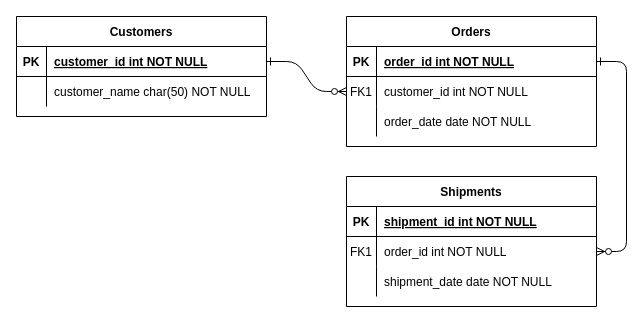
Above: DB Structure.drawio in Chaeyounglim/myBlog (draw.io), before the change. Source tidied: cells renumbered, new cells numbered last; positions are measured from the earlier drawing's top-left corner, leaving out a move shared by most shapes. Both pictures are drawn from the tidied source at 100%, with x=0, y=0 at pixel (16, 16).
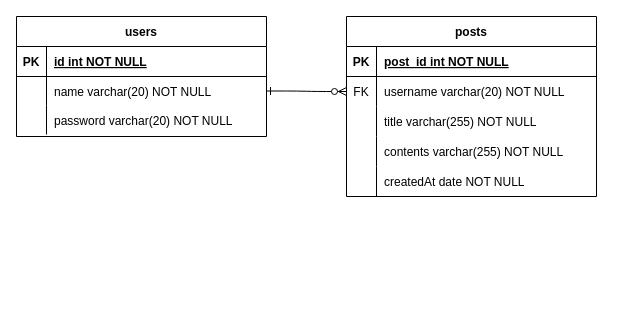
The same page after the edit.

The change refers to these unchanged cells:
```xml
<mxCell id="5" style="shape=partialRectangle;fillColor=none;points=[[0,0.5],[1,0.5]];portConstraint=eastwest;top=0;left=0;right=0;bottom=1;" parent="4" vertex="1">
  <mxGeometry y="30" width="250" height="30" as="geometry" />
</mxCell>
<mxCell id="8" style="shape=partialRectangle;fillColor=none;points=[[0,0.5],[1,0.5]];portConstraint=eastwest;top=0;left=0;right=0;bottom=0;" parent="4" vertex="1">
  <mxGeometry y="60" width="250" height="30" as="geometry" />
</mxCell>
<mxCell id="11" style="shape=partialRectangle;fillColor=none;top=0;left=0;right=0;bottom=0;" parent="4" vertex="1">
  <mxGeometry y="90" width="250" height="30" as="geometry" />
</mxCell>
<mxCell id="25" style="shape=partialRectangle;fillColor=none;points=[[0,0.5],[1,0.5]];portConstraint=eastwest;top=0;left=0;right=0;bottom=1;" parent="24" vertex="1">
  <mxGeometry y="30" width="250" height="30" as="geometry" />
</mxCell>
```

The edit, as a diff of the source:
```diff
@@
-    <mxCell id="2" style="edgeStyle=entityRelationEdgeStyle;endArrow=ERzeroToMany;startArrow=ERone;endFill=1;startFill=0;" parent="1" edge="1" source="25" target="8">
+    <mxCell id="2" style="edgeStyle=entityRelationEdgeStyle;endArrow=ERzeroToMany;startArrow=ERone;endFill=1;startFill=0;exitX=1;exitY=0.5;exitDx=0;exitDy=0;" parent="1" edge="1" source="28" target="8">
       <mxGeometry relative="1" as="geometry" />
     </mxCell>
-    <mxCell id="3" style="edgeStyle=entityRelationEdgeStyle;endArrow=ERzeroToMany;startArrow=ERone;endFill=1;startFill=0;" parent="1" edge="1" source="5" target="18">
-      <mxGeometry relative="1" as="geometry" />
-    </mxCell>
-    <mxCell id="4" value="Orders" style="shape=table;startSize=30;childLayout=tableLayout;rowLines=0;fontStyle=1;align=center;" parent="1" vertex="1">
-      <mxGeometry x="330" width="250" height="130" as="geometry" />
+    <mxCell id="4" value="posts" style="shape=table;startSize=30;childLayout=tableLayout;rowLines=0;fontStyle=1;align=center;" parent="1" vertex="1">
+      <mxGeometry x="330" width="250" height="180" as="geometry" />
     </mxCell>
@@
-    <mxCell id="7" value="order_id int NOT NULL " style="shape=partialRectangle;overflow=hidden;fillColor=none;top=0;left=0;bottom=0;right=0;align=left;spacingLeft=6;fontStyle=5;" parent="5" vertex="1">
+    <mxCell id="7" value="post_id int NOT NULL " style="shape=partialRectangle;overflow=hidden;fillColor=none;top=0;left=0;bottom=0;right=0;align=left;spacingLeft=6;fontStyle=5;" parent="5" vertex="1">
       <mxGeometry x="30" width="220" height="30" as="geometry" />
     </mxCell>
@@
-    <mxCell id="9" value="FK1" style="shape=partialRectangle;overflow=hidden;fillColor=none;top=0;left=0;bottom=0;right=0;" parent="8" vertex="1">
+    <mxCell id="9" value="FK" style="shape=partialRectangle;overflow=hidden;fillColor=none;top=0;left=0;bottom=0;right=0;" parent="8" vertex="1">
       <mxGeometry width="30" height="30" as="geometry" />
     </mxCell>
-    <mxCell id="10" value="customer_id int NOT NULL" style="shape=partialRectangle;overflow=hidden;fillColor=none;top=0;left=0;bottom=0;right=0;align=left;spacingLeft=6;" parent="8" vertex="1">
+    <mxCell id="10" value="username varchar(20) NOT NULL" style="shape=partialRectangle;overflow=hidden;fillColor=none;top=0;left=0;bottom=0;right=0;align=left;spacingLeft=6;" parent="8" vertex="1">
       <mxGeometry x="30" width="220" height="30" as="geometry" />
     </mxCell>
@@
-    <mxCell id="13" value="order_date date NOT NULL" style="shape=partialRectangle;overflow=hidden;fillColor=none;top=0;left=0;bottom=0;right=0;align=left;spacingLeft=6;" parent="11" vertex="1">
+    <mxCell id="13" value="title varchar(255) NOT NULL" style="shape=partialRectangle;overflow=hidden;fillColor=none;top=0;left=0;bottom=0;right=0;align=left;spacingLeft=6;" parent="11" vertex="1">
       <mxGeometry x="30" width="220" height="30" as="geometry" />
     </mxCell>
-    <mxCell id="14" value="Shipments" style="shape=table;startSize=30;childLayout=tableLayout;rowLines=0;fontStyle=1;align=center;" parent="1" vertex="1">
-      <mxGeometry x="330" y="160" width="250" height="130" as="geometry" />
-    </mxCell>
-    <mxCell id="15" style="shape=partialRectangle;fillColor=none;top=0;left=0;right=0;bottom=1;" parent="14" vertex="1">
-      <mxGeometry y="30" width="250" height="30" as="geometry" />
-    </mxCell>
-    <mxCell id="16" value="PK" style="shape=partialRectangle;overflow=hidden;fillColor=none;top=0;left=0;bottom=0;right=0;fontStyle=1;" parent="15" vertex="1">
-      <mxGeometry width="30" height="30" as="geometry" />
-    </mxCell>
-    <mxCell id="17" value="shipment_id int NOT NULL " style="shape=partialRectangle;overflow=hidden;fillColor=none;top=0;left=0;bottom=0;right=0;align=left;spacingLeft=6;fontStyle=5;" parent="15" vertex="1">
-      <mxGeometry x="30" width="220" height="30" as="geometry" />
-    </mxCell>
-    <mxCell id="18" style="shape=partialRectangle;fillColor=none;points=[[0,0.5],[1,0.5]];portConstraint=eastwest;top=0;left=0;right=0;bottom=0;" parent="14" vertex="1">
-      <mxGeometry y="60" width="250" height="30" as="geometry" />
-    </mxCell>
-    <mxCell id="19" value="FK1" style="shape=partialRectangle;overflow=hidden;fillColor=none;top=0;left=0;bottom=0;right=0;" parent="18" vertex="1">
-      <mxGeometry width="30" height="30" as="geometry" />
-    </mxCell>
-    <mxCell id="20" value="order_id int NOT NULL" style="shape=partialRectangle;overflow=hidden;fillColor=none;top=0;left=0;bottom=0;right=0;align=left;spacingLeft=6;" parent="18" vertex="1">
-      <mxGeometry x="30" width="220" height="30" as="geometry" />
-    </mxCell>
-    <mxCell id="21" style="shape=partialRectangle;fillColor=none;top=0;left=0;right=0;bottom=0;" parent="14" vertex="1">
-      <mxGeometry y="90" width="250" height="30" as="geometry" />
-    </mxCell>
-    <mxCell id="22" style="shape=partialRectangle;overflow=hidden;fillColor=none;top=0;left=0;bottom=0;right=0;" parent="21" vertex="1">
-      <mxGeometry width="30" height="30" as="geometry" />
-    </mxCell>
-    <mxCell id="23" value="shipment_date date NOT NULL" style="shape=partialRectangle;overflow=hidden;fillColor=none;top=0;left=0;bottom=0;right=0;align=left;spacingLeft=6;" parent="21" vertex="1">
-      <mxGeometry x="30" width="220" height="30" as="geometry" />
-    </mxCell>
+    <mxCell id="31" style="shape=partialRectangle;fillColor=none;top=0;left=0;right=0;bottom=0;" parent="4" vertex="1">
+      <mxGeometry y="120" width="250" height="30" as="geometry" />
+    </mxCell>
+    <mxCell id="32" style="shape=partialRectangle;overflow=hidden;fillColor=none;top=0;left=0;bottom=0;right=0;" parent="31" vertex="1">
+      <mxGeometry width="30" height="30" as="geometry" />
+    </mxCell>
+    <mxCell id="33" value="contents varchar(255) NOT NULL" style="shape=partialRectangle;overflow=hidden;fillColor=none;top=0;left=0;bottom=0;right=0;align=left;spacingLeft=6;" parent="31" vertex="1">
+      <mxGeometry x="30" width="220" height="30" as="geometry" />
+    </mxCell>
+    <mxCell id="34" style="shape=partialRectangle;fillColor=none;top=0;left=0;right=0;bottom=0;" parent="4" vertex="1">
+      <mxGeometry y="150" width="250" height="30" as="geometry" />
+    </mxCell>
+    <mxCell id="35" style="shape=partialRectangle;overflow=hidden;fillColor=none;top=0;left=0;bottom=0;right=0;" parent="34" vertex="1">
+      <mxGeometry width="30" height="30" as="geometry" />
+    </mxCell>
+    <mxCell id="36" value="createdAt date NOT NULL" style="shape=partialRectangle;overflow=hidden;fillColor=none;top=0;left=0;bottom=0;right=0;align=left;spacingLeft=6;" parent="34" vertex="1">
+      <mxGeometry x="30" width="220" height="30" as="geometry" />
+    </mxCell>
-    <mxCell id="24" value="Customers" style="shape=table;startSize=30;childLayout=tableLayout;rowLines=0;fontStyle=1;align=center;" parent="1" vertex="1">
-      <mxGeometry width="250" height="100" as="geometry" />
+    <mxCell id="24" value="users" style="shape=table;startSize=30;childLayout=tableLayout;rowLines=0;fontStyle=1;align=center;" parent="1" vertex="1">
+      <mxGeometry width="250" height="120" as="geometry" />
     </mxCell>
@@
-    <mxCell id="27" value="customer_id int NOT NULL " style="shape=partialRectangle;overflow=hidden;fillColor=none;top=0;left=0;bottom=0;right=0;align=left;spacingLeft=6;fontStyle=5;" parent="25" vertex="1">
+    <mxCell id="27" value="id int NOT NULL " style="shape=partialRectangle;overflow=hidden;fillColor=none;top=0;left=0;bottom=0;right=0;align=left;spacingLeft=6;fontStyle=5;" parent="25" vertex="1">
       <mxGeometry x="30" width="220" height="30" as="geometry" />
     </mxCell>
     <mxCell id="28" style="shape=partialRectangle;fillColor=none;points=[[0,0.5],[1,0.5]];portConstraint=eastwest;top=0;left=0;right=0;bottom=0;" parent="24" vertex="1">
-      <mxGeometry y="60" width="250" height="30" as="geometry" />
+      <mxGeometry y="60" width="250" height="29" as="geometry" />
     </mxCell>
     <mxCell id="29" style="shape=partialRectangle;overflow=hidden;fillColor=none;top=0;left=0;bottom=0;right=0;" parent="28" vertex="1">
-      <mxGeometry width="30" height="30" as="geometry" />
+      <mxGeometry width="30" height="29" as="geometry" />
     </mxCell>
-    <mxCell id="30" value="customer_name char(50) NOT NULL" style="shape=partialRectangle;overflow=hidden;fillColor=none;top=0;left=0;bottom=0;right=0;align=left;spacingLeft=6;" parent="28" vertex="1">
-      <mxGeometry x="30" width="220" height="30" as="geometry" />
+    <mxCell id="30" value="name varchar(20) NOT NULL" style="shape=partialRectangle;overflow=hidden;fillColor=none;top=0;left=0;bottom=0;right=0;align=left;spacingLeft=6;" parent="28" vertex="1">
+      <mxGeometry x="30" width="220" height="29" as="geometry" />
     </mxCell>
+    <mxCell id="37" style="shape=partialRectangle;fillColor=none;top=0;left=0;right=0;bottom=0;" parent="24" vertex="1">
+      <mxGeometry y="89" width="250" height="29" as="geometry" />
+    </mxCell>
+    <mxCell id="38" style="shape=partialRectangle;overflow=hidden;fillColor=none;top=0;left=0;bottom=0;right=0;" parent="37" vertex="1">
+      <mxGeometry width="30" height="29" as="geometry" />
+    </mxCell>
+    <mxCell id="39" value="password varchar(20) NOT NULL" style="shape=partialRectangle;overflow=hidden;fillColor=none;top=0;left=0;bottom=0;right=0;align=left;spacingLeft=6;" parent="37" vertex="1">
+      <mxGeometry x="30" width="220" height="29" as="geometry" />
+    </mxCell>
```
